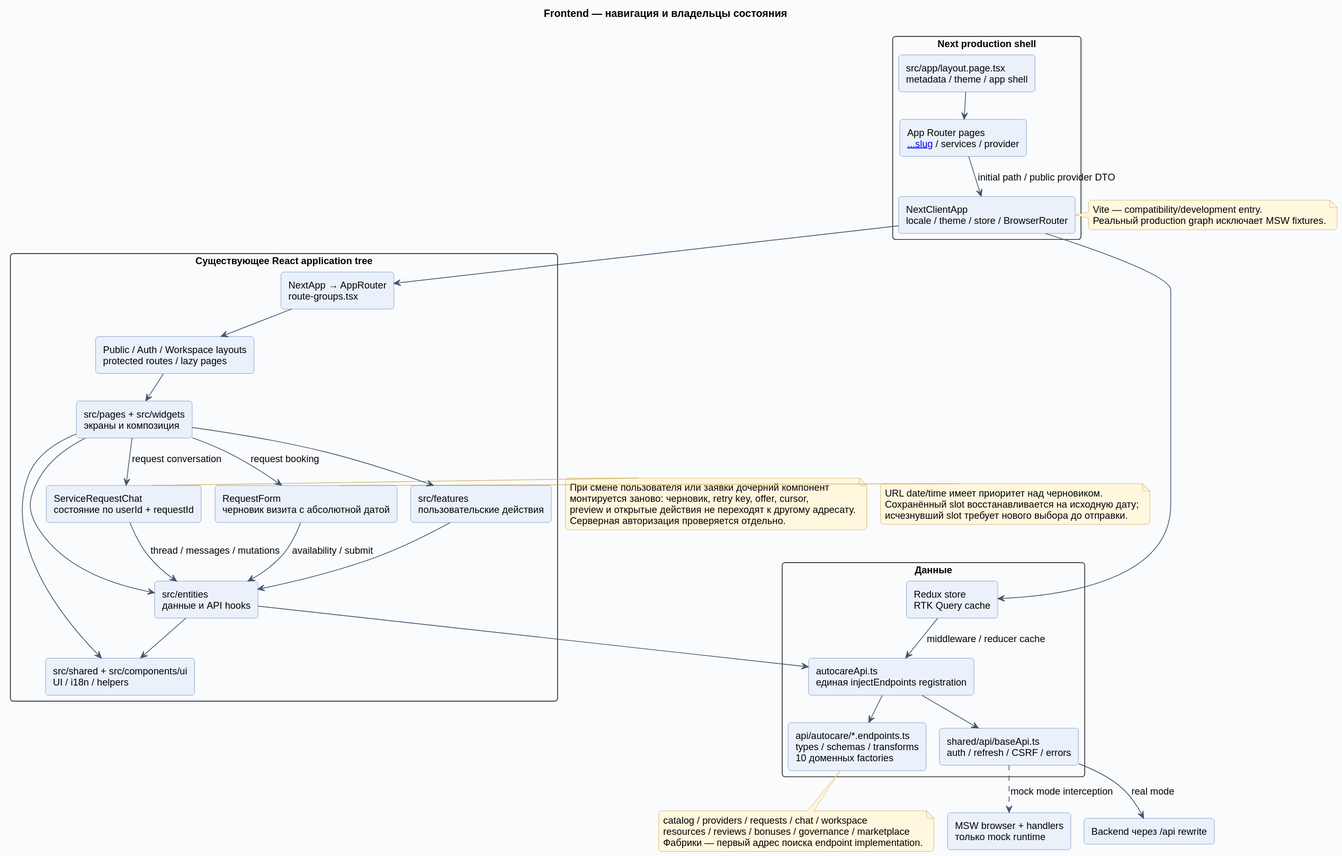
The PlantUML diagram docs/diagrams/rendered/03-frontend.svg in Dima163163/auto-care-hub, before a commit. Source of this version:
```plantuml
@startuml
!include _style.puml
title Frontend — навигация и владельцы состояния
top to bottom direction
package "Next production shell" {
  component "src/app/layout.page.tsx\nmetadata / theme / app shell" as Layout
  component "App Router pages\n[[...slug]] / services / provider" as Pages
  component "NextClientApp\nlocale / theme / store / BrowserRouter" as Client
}
package "Существующее React application tree" {
  component "NextApp → AppRouter\nroute-groups.tsx" as Router
  component "Public / Auth / Workspace layouts\nprotected routes / lazy pages" as Routes
  component "src/pages + src/widgets\nэкраны и композиция" as Screens
  component "src/features\nпользовательские действия" as Features
  component "src/entities\nданные и API hooks" as Entities
  component "ServiceRequestChat\nсостояние по userId + requestId" as RequestChat
  component "RequestForm\nчерновик визита с абсолютной датой" as BookingForm
  component "src/shared + src/components/ui\nUI / i18n / helpers" as Shared
}
package "Данные" {
  component "Redux store\nRTK Query cache" as Store
  component "autocareApi.ts\nединая injectEndpoints registration" as AutoAPI
  component "api/autocare/*.endpoints.ts\ntypes / schemas / transforms\n10 доменных factories" as Factories
  component "shared/api/baseApi.ts\nauth / refresh / CSRF / errors" as Transport
}
component "Backend через /api rewrite" as Backend
component "MSW browser + handlers\nтолько mock runtime" as Mock
Layout --> Pages
Pages --> Client : initial path / public provider DTO
Client --> Router
Router --> Routes
Routes --> Screens
Screens --> Features
Screens --> Entities
Screens --> RequestChat : request conversation
RequestChat --> Entities : thread / messages / mutations
Screens --> BookingForm : request booking
BookingForm --> Entities : availability / submit
Features --> Entities
Entities --> Shared
Screens --> Shared
Client --> Store
Entities --> AutoAPI
AutoAPI --> Factories
AutoAPI --> Transport
Transport --> Backend : real mode
Transport ..> Mock : mock mode interception
Store --> AutoAPI : middleware / reducer cache
note bottom of Factories
  catalog / providers / requests / chat / workspace
  resources / reviews / bonuses / governance / marketplace
  Фабрики — первый адрес поиска endpoint implementation.
end note
note right of Client
  Vite — compatibility/development entry.
  Реальный production graph исключает MSW fixtures.
end note
note right of RequestChat
  При смене пользователя или заявки дочерний компонент
  монтируется заново: черновик, retry key, offer, cursor,
  preview и открытые действия не переходят к другому адресату.
  Серверная авторизация проверяется отдельно.
end note
note right of BookingForm
  URL date/time имеет приоритет над черновиком.
  Сохранённый slot восстанавливается на исходную дату;
  исчезнувший slot требует нового выбора до отправки.
end note
@enduml
```
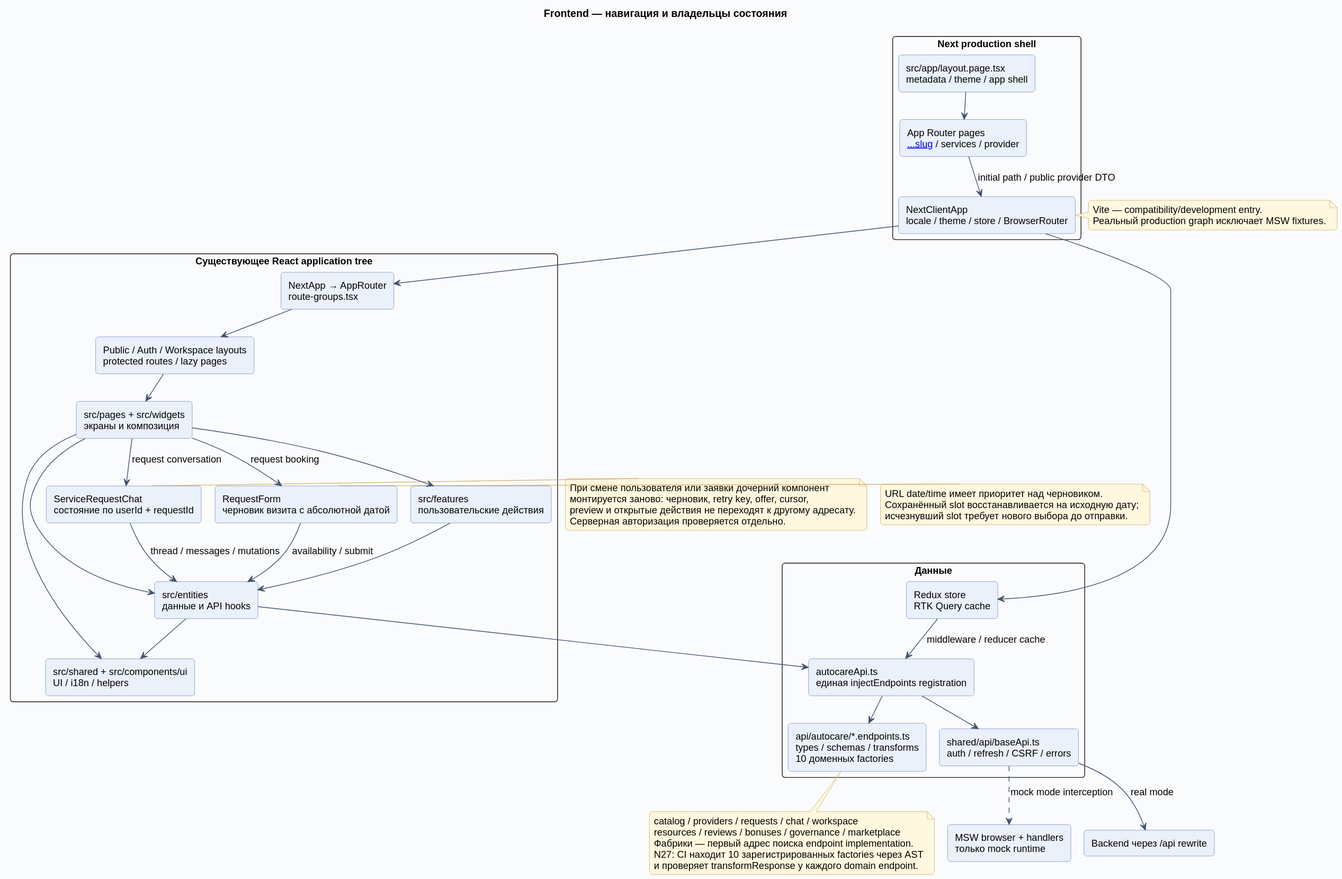
After the change.

What changed in the source:
```diff
@@ -50,6 +50,8 @@
   catalog / providers / requests / chat / workspace
   resources / reviews / bonuses / governance / marketplace
   Фабрики — первый адрес поиска endpoint implementation.
+  N27: CI находит 10 зарегистрированных factories через AST
+  и проверяет transformResponse у каждого domain endpoint.
 end note
 note right of Client
   Vite — compatibility/development entry.
```
